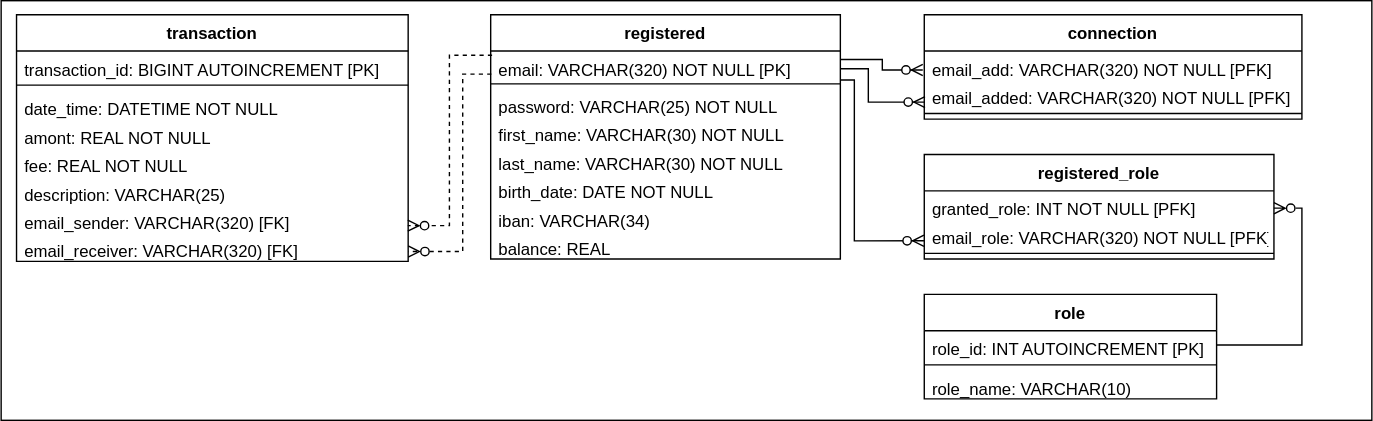
emmo78/com.paymybuddy.paymybuddy keeps this draw.io diagram as UML/payMyBuddyUML-MLD.svg. Above is the earlier version. Source tidied: cells renumbered, new cells last; positions are measured from the earlier drawing's top-left corner, leaving out a move shared by most shapes.
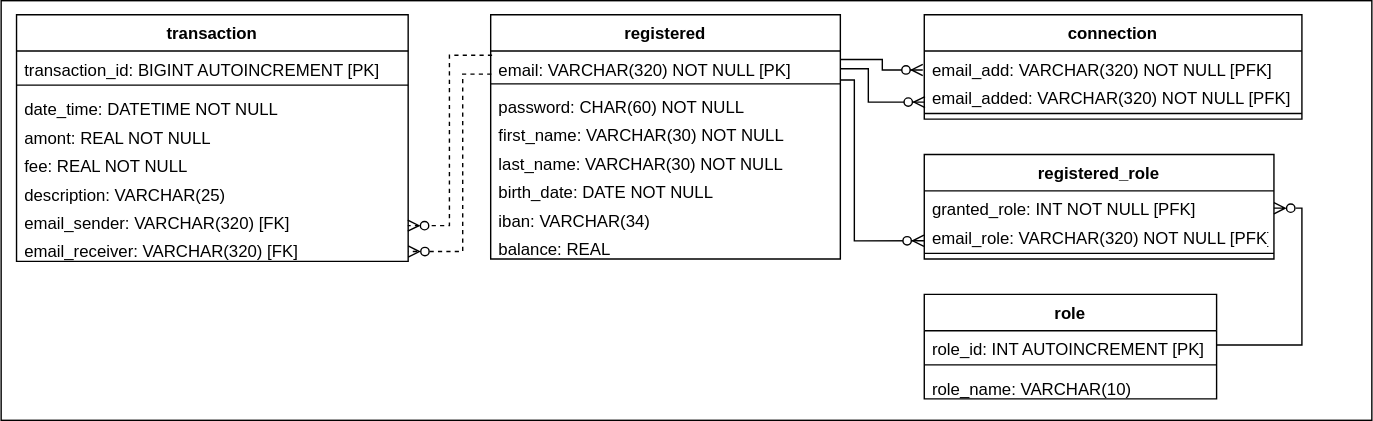
After the commit.

Commit message:
feat : update uml, sql and readme

Diff of the diagram source:
```diff
@@ -53,7 +53,7 @@
     <mxCell id="18" style="line;strokeWidth=1;fillColor=none;align=left;verticalAlign=middle;spacingTop=-1;spacingLeft=3;spacingRight=3;labelPosition=right;" parent="16" vertex="1">
       <mxGeometry y="46.3" width="250" height="6.3" as="geometry" />
     </mxCell>
-    <mxCell id="19" value="password: VARCHAR(25) NOT NULL" style="text;strokeColor=none;fillColor=none;align=left;verticalAlign=top;spacingLeft=4;spacingRight=4;overflow=hidden;" parent="16" vertex="1">
+    <mxCell id="19" value="password: CHAR(60) NOT NULL" style="text;strokeColor=none;fillColor=none;align=left;verticalAlign=top;spacingLeft=4;spacingRight=4;overflow=hidden;" parent="16" vertex="1">
       <mxGeometry y="52.6" width="250" height="20.3" as="geometry" />
     </mxCell>
     <mxCell id="20" value="first_name: VARCHAR(30) NOT NULL" style="text;strokeColor=none;fillColor=none;align=left;verticalAlign=top;spacingLeft=4;spacingRight=4;overflow=hidden;" parent="16" vertex="1">
```
